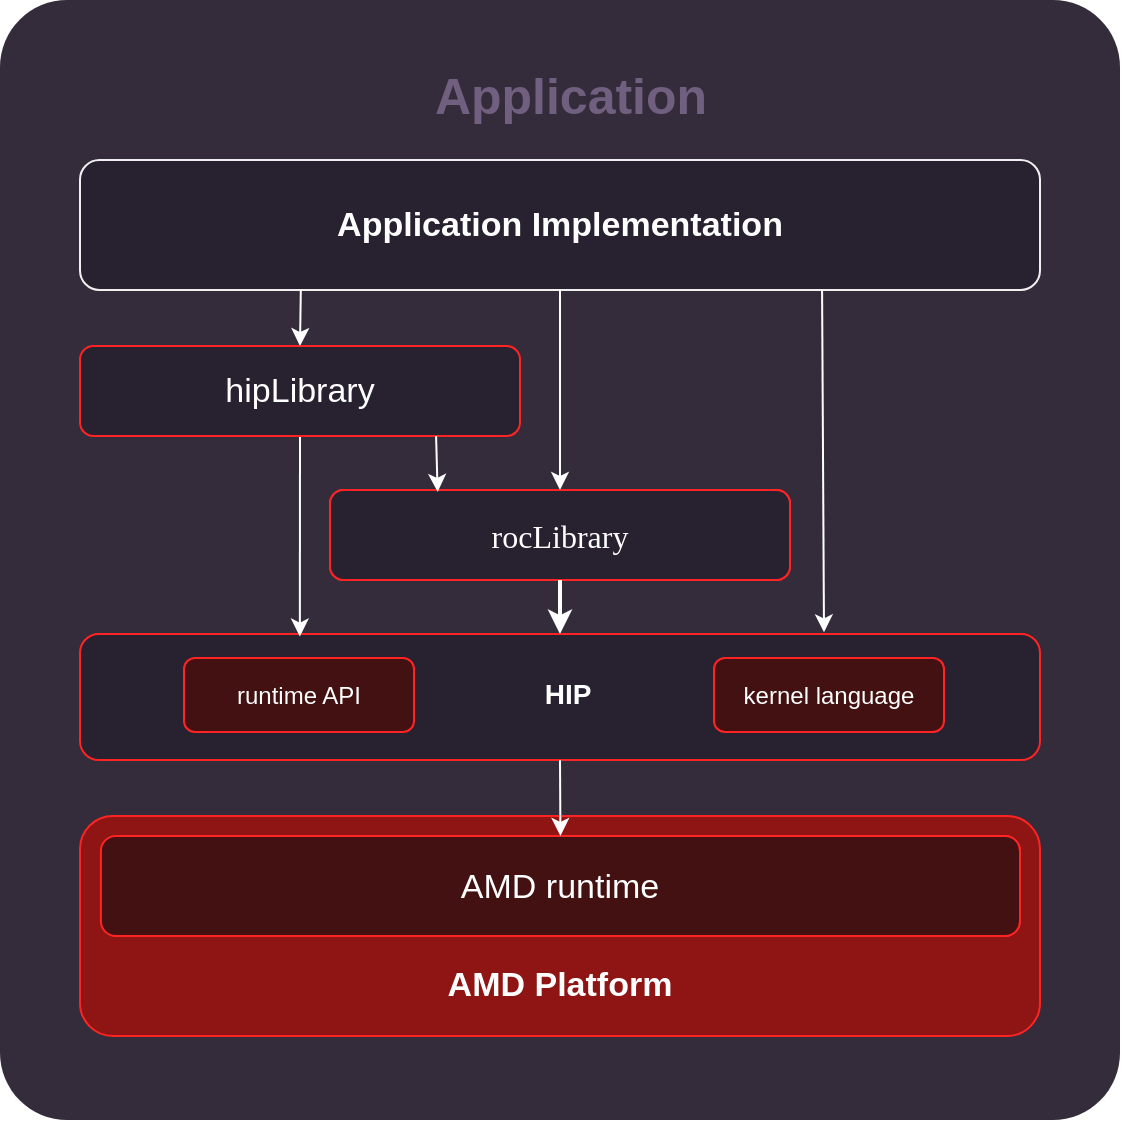
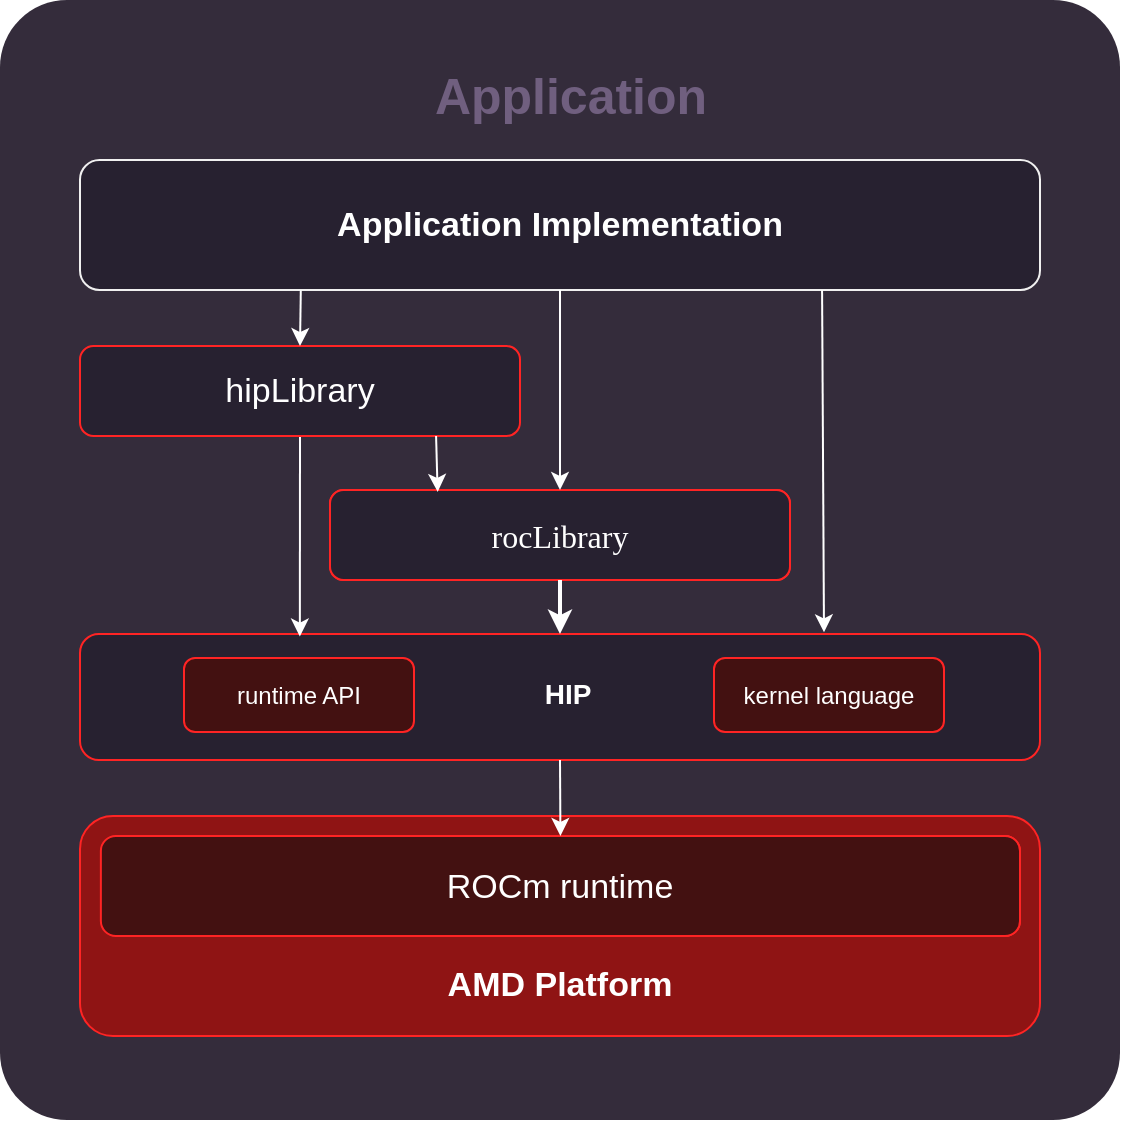
<mxfile host="65bd71144e">
    <diagram id="zBbb_w2fufU70cdOGtND" name="1 oldal">
-         <mxGraphModel dx="1726" dy="1539" grid="1" gridSize="10" guides="1" tooltips="1" connect="1" arrows="1" fold="1" page="0" pageScale="1" pageWidth="660" pageHeight="610" background="none" math="0" shadow="0">
+         <mxGraphModel dx="549" dy="1207" grid="1" gridSize="10" guides="1" tooltips="1" connect="1" arrows="1" fold="1" page="0" pageScale="1" pageWidth="660" pageHeight="610" background="none" math="0" shadow="0">
            <root>
                <mxCell id="0"/>
                <mxCell id="1" parent="0"/>
                <mxCell id="6033" value="" style="rounded=1;whiteSpace=wrap;html=1;fillColor=#342C3B;fontColor=#FFFFFF;strokeColor=none;spacing=0;arcSize=6;" parent="1" vertex="1">
                    <mxGeometry x="160" y="-340" width="560" height="560" as="geometry"/>
                </mxCell>
                <mxCell id="5988" value="" style="whiteSpace=wrap;html=1;fontSize=16;fontFamily=Verdana;rounded=1;strokeColor=#ff2424;fillStyle=solid;fontColor=#F0F0F0;fillColor=#272130;" parent="1" vertex="1">
                    <mxGeometry x="200" y="-23" width="480" height="63" as="geometry"/>
                </mxCell>
                <mxCell id="5989" value="&lt;font face=&quot;Helvetica&quot; style=&quot;font-size: 14px; color: rgb(255, 255, 255);&quot;&gt;HIP&lt;/font&gt;" style="text;html=1;strokeColor=none;fillColor=none;align=center;verticalAlign=middle;whiteSpace=wrap;rounded=0;fontSize=17;fontColor=#FFFFFF;strokeWidth=2;fontStyle=1" parent="1" vertex="1">
                    <mxGeometry x="284" y="-3" width="320" height="20" as="geometry"/>
                </mxCell>
                <mxCell id="5990" value="" style="whiteSpace=wrap;html=1;fontSize=16;fontFamily=Verdana;rounded=1;verticalAlign=top;strokeColor=#ff2424;fillColor=#8F1414;fontColor=#F0F0F0;" parent="1" vertex="1">
                    <mxGeometry x="200" y="68" width="480" height="110" as="geometry"/>
                </mxCell>
                <mxCell id="5991" value="" style="whiteSpace=wrap;html=1;fontSize=16;fontFamily=Verdana;rounded=1;strokeColor=#ff2424;fillStyle=solid;fontColor=#F0F0F0;fillColor=#431111;" parent="1" vertex="1" connectable="0">
                    <mxGeometry x="220" y="78" width="450" height="50" as="geometry"/>
                </mxCell>
                <mxCell id="5992" value="" style="whiteSpace=wrap;html=1;fontSize=16;fontFamily=Verdana;rounded=1;strokeColor=#ff2424;fillStyle=solid;fontColor=#F0F0F0;fillColor=#431111;" parent="5991" vertex="1">
                    <mxGeometry x="-9.57" width="459.57" height="50" as="geometry"/>
                </mxCell>
-                 <mxCell id="5993" value="&lt;div&gt;&lt;font style=&quot;color: rgb(255, 255, 255);&quot;&gt;AMD runtime&lt;/font&gt;&lt;/div&gt;" style="text;html=1;strokeColor=none;fillColor=none;align=center;verticalAlign=middle;whiteSpace=wrap;rounded=0;fontSize=17;fontColor=#ffffff;" parent="5991" vertex="1">
+                 <mxCell id="5993" value="&lt;div&gt;&lt;font style=&quot;color: rgb(255, 255, 255);&quot;&gt;ROCm runtime&lt;/font&gt;&lt;/div&gt;" style="text;html=1;strokeColor=none;fillColor=none;align=center;verticalAlign=middle;whiteSpace=wrap;rounded=0;fontSize=17;fontColor=#ffffff;" parent="5991" vertex="1">
                    <mxGeometry x="76.12249594696678" y="11.7042" width="288.1851063829787" height="27.997199999999992" as="geometry"/>
                </mxCell>
                <mxCell id="5994" value="" style="endArrow=classic;startArrow=none;html=1;rounded=0;strokeWidth=1;startFill=0;strokeColor=#FFFFFF;entryX=0.5;entryY=0;entryDx=0;entryDy=0;exitX=0.5;exitY=1;exitDx=0;exitDy=0;" parent="1" source="5988" target="5992" edge="1">
                    <mxGeometry width="50" height="50" relative="1" as="geometry">
                        <mxPoint x="456" y="38" as="sourcePoint"/>
                        <mxPoint x="470" y="64" as="targetPoint"/>
                    </mxGeometry>
                </mxCell>
                <mxCell id="5995" value="&lt;font face=&quot;Helvetica&quot;&gt;&lt;font style=&quot;color: rgb(255, 255, 255);&quot;&gt;AMD Platform&lt;/font&gt;&lt;br&gt;&lt;/font&gt;" style="text;html=1;strokeColor=none;fillColor=none;align=center;verticalAlign=middle;whiteSpace=wrap;rounded=0;fontSize=17;fontColor=#FFFFFF;fontStyle=1" parent="1" vertex="1">
                    <mxGeometry x="290" y="143" width="300" height="20" as="geometry"/>
                </mxCell>
                <mxCell id="6003" value="" style="endArrow=classic;startArrow=none;html=1;rounded=0;strokeWidth=1;startFill=0;strokeColor=#FFFFFF;exitX=0.5;exitY=1;exitDx=0;exitDy=0;entryX=0.229;entryY=0.02;entryDx=0;entryDy=0;entryPerimeter=0;" parent="1" source="6005" target="5988" edge="1">
                    <mxGeometry width="50" height="50" relative="1" as="geometry">
                        <mxPoint x="309.5" y="-110" as="sourcePoint"/>
                        <mxPoint x="310" y="-26" as="targetPoint"/>
                    </mxGeometry>
                </mxCell>
                <mxCell id="6004" value="" style="whiteSpace=wrap;html=1;fontSize=16;fontFamily=Verdana;rounded=1;strokeColor=#ff2424;fillStyle=solid;fontColor=#F0F0F0;fillColor=#272130;" parent="1" vertex="1">
                    <mxGeometry x="200" y="-167" width="220" height="45" as="geometry"/>
                </mxCell>
                <mxCell id="6005" value="&lt;font style=&quot;color: rgb(255, 255, 255);&quot; face=&quot;Helvetica&quot;&gt;hipLibrary&lt;/font&gt;" style="text;html=1;strokeColor=none;fillColor=none;align=center;verticalAlign=middle;whiteSpace=wrap;rounded=0;fontSize=17;fontColor=#ffffff;dashed=1;strokeWidth=2;" parent="1" vertex="1">
                    <mxGeometry x="240" y="-167" width="140" height="45" as="geometry"/>
                </mxCell>
                <mxCell id="6007" value="" style="group;dashed=1;strokeWidth=2;strokeColor=none;shadow=0;" parent="1" vertex="1" connectable="0">
                    <mxGeometry x="325" y="-95" width="230" height="50" as="geometry"/>
                </mxCell>
                <mxCell id="6008" value="" style="whiteSpace=wrap;html=1;fontSize=16;fontFamily=Verdana;rounded=1;verticalAlign=top;strokeColor=#ff2424;fillColor=#8F1414;fontColor=#F0F0F0;" parent="6007" vertex="1">
                    <mxGeometry width="230" height="45" as="geometry"/>
                </mxCell>
                <mxCell id="6009" value="&lt;div&gt;&lt;font style=&quot;color: rgb(255, 255, 255);&quot;&gt;rocLibrary&lt;/font&gt;&lt;/div&gt;" style="whiteSpace=wrap;html=1;fontSize=16;fontFamily=Verdana;rounded=1;strokeColor=#ff2424;fillStyle=solid;fontColor=#F0F0F0;fillColor=#272130;" parent="6007" vertex="1">
                    <mxGeometry width="230" height="45" as="geometry"/>
                </mxCell>
                <mxCell id="6010" value="" style="endArrow=classic;startArrow=none;html=1;rounded=0;strokeWidth=1;startFill=0;strokeColor=#FFFFFF;exitX=0.986;exitY=1;exitDx=0;exitDy=0;entryX=0.234;entryY=0.021;entryDx=0;entryDy=0;entryPerimeter=0;exitPerimeter=0;" parent="1" source="6005" target="6009" edge="1">
                    <mxGeometry width="50" height="50" relative="1" as="geometry">
                        <mxPoint x="386" y="-111" as="sourcePoint"/>
                        <mxPoint x="370" y="-86" as="targetPoint"/>
                    </mxGeometry>
                </mxCell>
                <mxCell id="6014" style="edgeStyle=none;html=1;exitX=0.5;exitY=1;exitDx=0;exitDy=0;strokeWidth=2;strokeColor=#FFFFFF;entryX=0.5;entryY=0;entryDx=0;entryDy=0;" parent="1" source="6009" target="5988" edge="1">
                    <mxGeometry relative="1" as="geometry">
                        <mxPoint x="430" y="-25" as="targetPoint"/>
                    </mxGeometry>
                </mxCell>
                <mxCell id="6025" value="" style="group;strokeColor=none;dashed=1;strokeWidth=2;fontStyle=1" parent="1" vertex="1" connectable="0">
                    <mxGeometry x="200" y="-260" width="480" height="65" as="geometry"/>
                </mxCell>
                <mxCell id="6023" value="" style="rounded=1;whiteSpace=wrap;html=1;fontSize=16;fontFamily=Verdana;fillStyle=solid;fontColor=#F0F0F0;fillColor=#272130;strokeColor=#F0F0F0;" parent="6025" vertex="1">
                    <mxGeometry width="480.00000000000006" height="65" as="geometry"/>
                </mxCell>
                <mxCell id="6024" value="&lt;div&gt;&lt;font style=&quot;color: rgb(255, 255, 255);&quot;&gt;Application Implementation&lt;/font&gt;&lt;/div&gt;" style="text;html=1;strokeColor=none;fillColor=none;align=center;verticalAlign=middle;whiteSpace=wrap;rounded=0;fontSize=17;fontColor=#FFFFFF;fontStyle=1" parent="6025" vertex="1">
                    <mxGeometry x="120" y="28.561" width="240" height="7.878" as="geometry"/>
                </mxCell>
                <mxCell id="6029" style="edgeStyle=none;html=1;entryX=0.5;entryY=0;entryDx=0;entryDy=0;strokeWidth=1;exitX=0.23;exitY=1.004;exitDx=0;exitDy=0;strokeColor=#FFFFFF;exitPerimeter=0;" parent="1" source="6023" target="6005" edge="1">
                    <mxGeometry relative="1" as="geometry">
                        <mxPoint x="320" y="-196" as="sourcePoint"/>
                    </mxGeometry>
                </mxCell>
                <mxCell id="6030" style="edgeStyle=none;html=1;strokeWidth=1;strokeColor=#FFFFFF;entryX=0.5;entryY=0;entryDx=0;entryDy=0;exitX=0.5;exitY=1;exitDx=0;exitDy=0;" parent="1" source="6023" target="6009" edge="1">
                    <mxGeometry relative="1" as="geometry">
                        <mxPoint x="452" y="-86" as="targetPoint"/>
                        <mxPoint x="455" y="-196" as="sourcePoint"/>
                    </mxGeometry>
                </mxCell>
                <mxCell id="6031" style="edgeStyle=none;html=1;strokeWidth=1;strokeColor=#FFFFFF;entryX=0.775;entryY=-0.013;entryDx=0;entryDy=0;exitX=0.773;exitY=1.002;exitDx=0;exitDy=0;exitPerimeter=0;entryPerimeter=0;" parent="1" source="6023" target="5988" edge="1">
                    <mxGeometry relative="1" as="geometry">
                        <mxPoint x="520" y="-25" as="targetPoint"/>
                        <mxPoint x="560" y="-190" as="sourcePoint"/>
                    </mxGeometry>
                </mxCell>
                <mxCell id="6034" value="&lt;div&gt;&lt;font style=&quot;color: rgb(112, 95, 127);&quot;&gt;Application&lt;/font&gt;&lt;/div&gt;" style="text;html=1;strokeColor=none;fillColor=none;align=center;verticalAlign=middle;whiteSpace=wrap;rounded=0;fontSize=25;fontColor=#FFFFFF;fontStyle=1" parent="1" vertex="1">
                    <mxGeometry x="327.5" y="-299" width="234.99" height="12.120000000000001" as="geometry"/>
                </mxCell>
                <mxCell id="6035" value="runtime API" style="rounded=1;whiteSpace=wrap;html=1;fillColor=#431111;fontColor=#FFFFFF;strokeColor=#FF2424;glass=0;" parent="1" vertex="1">
                    <mxGeometry x="252" y="-11" width="115" height="37" as="geometry"/>
                </mxCell>
                <mxCell id="6036" value="kernel language" style="rounded=1;whiteSpace=wrap;html=1;fillColor=#431111;fontColor=#FFFFFF;strokeColor=#FF2424;" parent="1" vertex="1">
                    <mxGeometry x="517" y="-11" width="115" height="37" as="geometry"/>
                </mxCell>
            </root>
        </mxGraphModel>
    </diagram>
</mxfile>